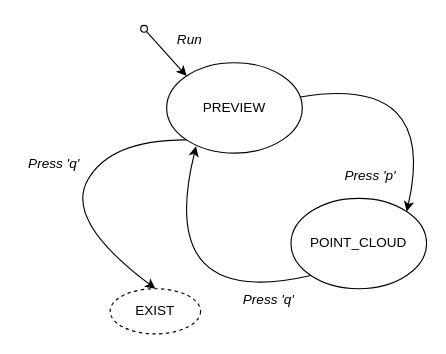
Above: README/Untitled Diagram.drawio in kevinliu-ez/Ez-S316-viewer (draw.io), before the change. Source tidied: cells renumbered, new cells numbered last; positions are measured from the earlier drawing's top-left corner, leaving out a move shared by most shapes. Both pictures are drawn from the tidied source at 113%, with x=0, y=0 at pixel (19, 28).
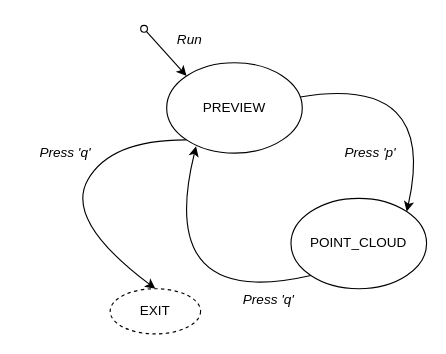
After the change.

Diff of the diagram source:
```diff
@@
 <mxGraphModel background="#ffffff">
   <root>
     <mxCell id="0" />
     <mxCell id="1" parent="0" />
     <mxCell id="2" value="PREVIEW" style="ellipse;whiteSpace=wrap;html=1;" parent="1" vertex="1">
       <mxGeometry x="130" y="30" width="120" height="80" as="geometry" />
     </mxCell>
     <mxCell id="3" value="POINT_CLOUD" style="ellipse;whiteSpace=wrap;html=1;" parent="1" vertex="1">
       <mxGeometry x="240" y="150" width="120" height="80" as="geometry" />
     </mxCell>
     <mxCell id="4" style="endArrow=classic;html=1;entryX=0;entryY=0;entryDx=0;entryDy=0;startArrow=oval;startFill=0;" parent="1" edge="1" target="2">
       <mxGeometry relative="1" as="geometry">
         <mxPoint x="110" as="sourcePoint" />
       </mxGeometry>
     </mxCell>
     <mxCell id="5" value="&lt;i&gt;Run&lt;/i&gt;" style="text;html=1;align=center;verticalAlign=middle;" parent="1" vertex="1">
       <mxGeometry x="130" width="40" height="20" as="geometry" />
     </mxCell>
     <mxCell id="6" value="&lt;i&gt;Press 'p'&lt;br&gt;&lt;/i&gt;" style="text;html=1;align=center;verticalAlign=middle;" parent="1" vertex="1">
-      <mxGeometry x="280" y="120" width="60" height="20" as="geometry" />
+      <mxGeometry x="280" y="100" width="60" height="20" as="geometry" />
     </mxCell>
     <mxCell id="7" style="curved=1;endArrow=classic;html=1;entryX=1;entryY=0;entryDx=0;entryDy=0;" parent="1" edge="1" source="2" target="3">
       <mxGeometry relative="1" as="geometry">
         <Array as="points">
           <mxPoint x="370" y="40" />
         </Array>
       </mxGeometry>
     </mxCell>
     <mxCell id="8" style="curved=1;endArrow=classic;html=1;entryX=0.217;entryY=0.925;entryDx=0;entryDy=0;entryPerimeter=0;exitX=0;exitY=1;exitDx=0;exitDy=0;" parent="1" edge="1" source="3" target="2">
       <mxGeometry relative="1" as="geometry">
         <Array as="points">
           <mxPoint x="120" y="250" />
         </Array>
       </mxGeometry>
     </mxCell>
     <mxCell id="9" value="&lt;i&gt;Press 'q'&lt;br&gt;&lt;/i&gt;" style="text;html=1;align=center;verticalAlign=middle;" parent="1" vertex="1">
       <mxGeometry x="190" y="230" width="60" height="20" as="geometry" />
     </mxCell>
     <mxCell id="10" style="curved=1;endArrow=classic;html=1;exitX=0;exitY=1;exitDx=0;exitDy=0;endFill=1;entryX=0.5;entryY=0;entryDx=0;entryDy=0;" parent="1" edge="1" source="2" target="12">
       <mxGeometry relative="1" as="geometry">
         <Array as="points">
           <mxPoint x="80" y="98" />
           <mxPoint x="40" y="170" />
         </Array>
       </mxGeometry>
     </mxCell>
     <mxCell id="11" value="&lt;i&gt;Press 'q'&lt;br&gt;&lt;/i&gt;" style="text;html=1;align=center;verticalAlign=middle;" parent="1" vertex="1">
-      <mxGeometry y="110" width="60" height="20" as="geometry" />
+      <mxGeometry x="10" y="100" width="60" height="20" as="geometry" />
     </mxCell>
-    <mxCell id="12" value="EXIST" style="ellipse;whiteSpace=wrap;html=1;dashed=1;" parent="1" vertex="1">
+    <mxCell id="12" value="EXIT" style="ellipse;whiteSpace=wrap;html=1;dashed=1;" parent="1" vertex="1">
       <mxGeometry x="80" y="230" width="80" height="40" as="geometry" />
     </mxCell>
   </root>
 </mxGraphModel>
```
